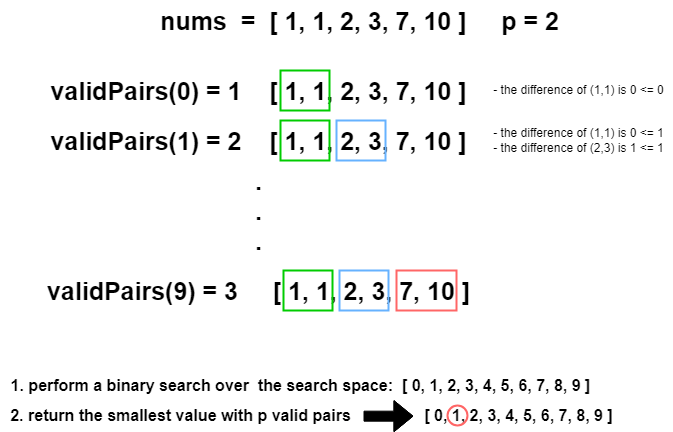
ashiven/leetcode-solutions keeps this draw.io diagram as Python3/img/MinimizeMaximumDifference.png. Above is the earlier version. Source tidied: cells renumbered, new cells last; positions are measured from the earlier drawing's top-left corner, leaving out a move shared by most shapes. Its diagram source:
```xml
<mxGraphModel>
  <root>
    <mxCell id="0" />
    <mxCell id="1" parent="0" />
    <mxCell id="2" value="nums&amp;nbsp; =&amp;nbsp; [ 1, 1, 2, 3, 7, 10 ]&amp;nbsp; &amp;nbsp; &amp;nbsp;p = 2" style="text;html=1;align=center;verticalAlign=middle;strokeColor=none;fillColor=none;fontSize=25;fontStyle=1;" parent="1" vertex="1">
      <mxGeometry x="149.5" width="420" height="40" as="geometry" />
    </mxCell>
    <mxCell id="3" value="validPairs(1) = 2&amp;nbsp; &amp;nbsp; [ 1, 1, 2, 3, 7, 10 ]" style="text;html=1;align=center;verticalAlign=middle;strokeColor=none;fillColor=none;fontSize=25;fontStyle=1;" parent="1" vertex="1">
      <mxGeometry x="38" y="120" width="440" height="40" as="geometry" />
    </mxCell>
    <mxCell id="4" style="rounded=0;whiteSpace=wrap;html=1;fillColor=none;strokeColor=#00CC00;strokeWidth=2;" parent="1" vertex="1">
      <mxGeometry x="280" y="120" width="49" height="40" as="geometry" />
    </mxCell>
    <mxCell id="5" style="rounded=0;whiteSpace=wrap;html=1;fillColor=none;strokeColor=#66B2FF;strokeWidth=2;" parent="1" vertex="1">
      <mxGeometry x="336" y="120" width="49" height="40" as="geometry" />
    </mxCell>
    <mxCell id="6" value="validPairs(0) = 1&amp;nbsp; &amp;nbsp; [ 1, 1, 2, 3, 7, 10 ]" style="text;html=1;align=center;verticalAlign=middle;strokeColor=none;fillColor=none;fontSize=25;fontStyle=1;" parent="1" vertex="1">
      <mxGeometry x="38" y="70" width="440" height="40" as="geometry" />
    </mxCell>
    <mxCell id="7" style="rounded=0;whiteSpace=wrap;html=1;fillColor=none;strokeColor=#00CC00;strokeWidth=2;" parent="1" vertex="1">
      <mxGeometry x="280" y="70" width="49" height="40" as="geometry" />
    </mxCell>
    <mxCell id="8" value="validPairs(9) = 3&amp;nbsp; &amp;nbsp; &amp;nbsp;[ 1, 1, 2, 3, 7, 10 ]" style="text;html=1;align=center;verticalAlign=middle;strokeColor=none;fillColor=none;fontSize=25;fontStyle=1;" parent="1" vertex="1">
      <mxGeometry x="33" y="270" width="450" height="40" as="geometry" />
    </mxCell>
    <mxCell id="9" style="rounded=0;whiteSpace=wrap;html=1;fillColor=none;strokeColor=#00CC00;strokeWidth=2;" parent="1" vertex="1">
      <mxGeometry x="283" y="270" width="49" height="40" as="geometry" />
    </mxCell>
    <mxCell id="10" style="rounded=0;whiteSpace=wrap;html=1;fillColor=none;strokeColor=#66B2FF;strokeWidth=2;" parent="1" vertex="1">
      <mxGeometry x="339" y="270" width="49" height="40" as="geometry" />
    </mxCell>
    <mxCell id="11" style="rounded=0;whiteSpace=wrap;html=1;fillColor=none;strokeColor=#FF6666;strokeWidth=2;fontColor=#FF6666;" parent="1" vertex="1">
      <mxGeometry x="396" y="270" width="60" height="40" as="geometry" />
    </mxCell>
    <mxCell id="12" value=".&lt;br style=&quot;font-size: 25px;&quot;&gt;.&lt;br style=&quot;font-size: 25px;&quot;&gt;." style="text;html=1;align=center;verticalAlign=middle;strokeColor=none;fillColor=none;fontSize=25;fontStyle=1;" parent="1" vertex="1">
      <mxGeometry x="243" y="160" width="30" height="100" as="geometry" />
    </mxCell>
    <mxCell id="13" value="&lt;font style=&quot;font-size: 16px;&quot;&gt;&lt;b style=&quot;font-size: 16px;&quot;&gt;1. perform a binary search over&amp;nbsp; the search space:&amp;nbsp; [ 0, 1, 2, 3, 4, 5, 6, 7, 8, 9 ]&lt;/b&gt;&lt;/font&gt;" style="text;html=1;align=center;verticalAlign=middle;strokeColor=none;fillColor=none;fontSize=16;" parent="1" vertex="1">
      <mxGeometry y="370" width="600" height="30" as="geometry" />
    </mxCell>
    <mxCell id="14" value="2. return the smallest value with p valid pairs" style="text;html=1;align=center;verticalAlign=middle;strokeColor=none;fillColor=none;fontSize=16;fontStyle=1;" parent="1" vertex="1">
      <mxGeometry y="400" width="360" height="30" as="geometry" />
    </mxCell>
    <mxCell id="15" value="- the difference of (1,1) is 0 &amp;lt;= 0" style="text;html=1;align=center;verticalAlign=middle;strokeColor=none;fillColor=none;" parent="1" vertex="1">
      <mxGeometry x="483" y="75" width="190" height="30" as="geometry" />
    </mxCell>
    <mxCell id="16" value="- the difference of (1,1) is 0 &amp;lt;= 1&lt;br&gt;- the difference of (2,3) is 1 &amp;lt;= 1" style="text;html=1;align=center;verticalAlign=middle;strokeColor=none;fillColor=none;" parent="1" vertex="1">
      <mxGeometry x="483" y="120" width="190" height="40" as="geometry" />
    </mxCell>
    <mxCell id="17" style="shape=flexArrow;endArrow=classic;html=1;rounded=0;fillColor=#000000;" parent="1" edge="1">
      <mxGeometry relative="1" as="geometry">
        <mxPoint x="363" y="415.7" as="sourcePoint" />
        <mxPoint x="413" y="415.7" as="targetPoint" />
        <Array as="points">
          <mxPoint x="403" y="415.7" />
        </Array>
      </mxGeometry>
    </mxCell>
    <mxCell id="18" value="&lt;b style=&quot;border-color: var(--border-color);&quot;&gt;[ 0, 1, 2, 3, 4, 5, 6, 7, 8, 9 ]&lt;/b&gt;" style="text;html=1;align=center;verticalAlign=middle;strokeColor=none;fillColor=none;fontSize=16;fontStyle=1;" parent="1" vertex="1">
      <mxGeometry x="413" y="400" width="210" height="30" as="geometry" />
    </mxCell>
    <mxCell id="19" style="ellipse;whiteSpace=wrap;html=1;fillColor=none;strokeWidth=2;strokeColor=#FF6666;" parent="1" vertex="1">
      <mxGeometry x="447" y="405" width="20" height="20" as="geometry" />
    </mxCell>
  </root>
</mxGraphModel>
```
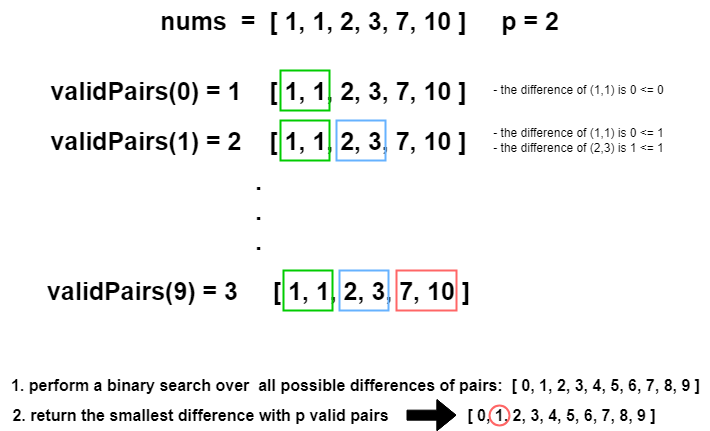
After the change.

The edit, as a diff of the source:
```diff
@@ -35,11 +35,11 @@
     <mxCell id="12" value=".&lt;br style=&quot;font-size: 25px;&quot;&gt;.&lt;br style=&quot;font-size: 25px;&quot;&gt;." style="text;html=1;align=center;verticalAlign=middle;strokeColor=none;fillColor=none;fontSize=25;fontStyle=1;" parent="1" vertex="1">
       <mxGeometry x="243" y="160" width="30" height="100" as="geometry" />
     </mxCell>
-    <mxCell id="13" value="&lt;font style=&quot;font-size: 16px;&quot;&gt;&lt;b style=&quot;font-size: 16px;&quot;&gt;1. perform a binary search over&amp;nbsp; the search space:&amp;nbsp; [ 0, 1, 2, 3, 4, 5, 6, 7, 8, 9 ]&lt;/b&gt;&lt;/font&gt;" style="text;html=1;align=center;verticalAlign=middle;strokeColor=none;fillColor=none;fontSize=16;" parent="1" vertex="1">
-      <mxGeometry y="370" width="600" height="30" as="geometry" />
+    <mxCell id="13" value="&lt;font style=&quot;font-size: 16px;&quot;&gt;&lt;b style=&quot;font-size: 16px;&quot;&gt;1. perform a binary search over&amp;nbsp; all possible differences of pairs:&amp;nbsp; [ 0, 1, 2, 3, 4, 5, 6, 7, 8, 9 ]&lt;/b&gt;&lt;/font&gt;" style="text;html=1;align=center;verticalAlign=middle;strokeColor=none;fillColor=none;fontSize=16;" parent="1" vertex="1">
+      <mxGeometry y="370" width="710" height="30" as="geometry" />
     </mxCell>
-    <mxCell id="14" value="2. return the smallest value with p valid pairs" style="text;html=1;align=center;verticalAlign=middle;strokeColor=none;fillColor=none;fontSize=16;fontStyle=1;" parent="1" vertex="1">
-      <mxGeometry y="400" width="360" height="30" as="geometry" />
+    <mxCell id="14" value="2. return the smallest difference with p valid pairs" style="text;html=1;align=center;verticalAlign=middle;strokeColor=none;fillColor=none;fontSize=16;fontStyle=1;" parent="1" vertex="1">
+      <mxGeometry y="400" width="400" height="30" as="geometry" />
     </mxCell>
     <mxCell id="15" value="- the difference of (1,1) is 0 &amp;lt;= 0" style="text;html=1;align=center;verticalAlign=middle;strokeColor=none;fillColor=none;" parent="1" vertex="1">
       <mxGeometry x="483" y="75" width="190" height="30" as="geometry" />
@@ -49,18 +49,18 @@
     </mxCell>
     <mxCell id="17" style="shape=flexArrow;endArrow=classic;html=1;rounded=0;fillColor=#000000;" parent="1" edge="1">
       <mxGeometry relative="1" as="geometry">
-        <mxPoint x="363" y="415.7" as="sourcePoint" />
-        <mxPoint x="413" y="415.7" as="targetPoint" />
+        <mxPoint x="406" y="414.7" as="sourcePoint" />
+        <mxPoint x="456" y="414.7" as="targetPoint" />
         <Array as="points">
-          <mxPoint x="403" y="415.7" />
+          <mxPoint x="446" y="414.7" />
         </Array>
       </mxGeometry>
     </mxCell>
     <mxCell id="18" value="&lt;b style=&quot;border-color: var(--border-color);&quot;&gt;[ 0, 1, 2, 3, 4, 5, 6, 7, 8, 9 ]&lt;/b&gt;" style="text;html=1;align=center;verticalAlign=middle;strokeColor=none;fillColor=none;fontSize=16;fontStyle=1;" parent="1" vertex="1">
-      <mxGeometry x="413" y="400" width="210" height="30" as="geometry" />
+      <mxGeometry x="456" y="400" width="210" height="30" as="geometry" />
     </mxCell>
     <mxCell id="19" style="ellipse;whiteSpace=wrap;html=1;fillColor=none;strokeWidth=2;strokeColor=#FF6666;" parent="1" vertex="1">
-      <mxGeometry x="447" y="405" width="20" height="20" as="geometry" />
+      <mxGeometry x="489" y="405" width="20" height="20" as="geometry" />
     </mxCell>
   </root>
 </mxGraphModel>
```
